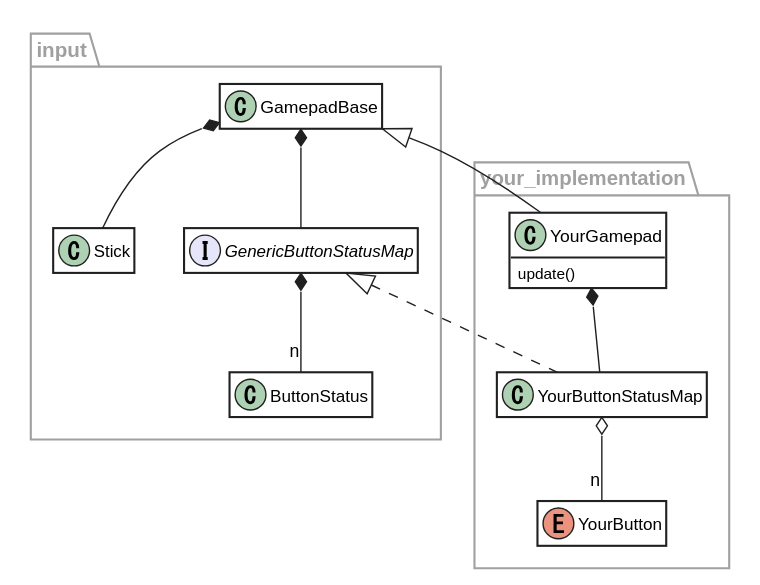
The PlantUML diagram docs/gamepad.svg in fal-works/broker, before a commit. Source of this version:
```plantuml
@startuml gamepad


skinparam shadowing false
skinparam backgroundColor White
skinparam package {
  BorderColor #A0A0A0
  FontColor #A0A0A0
}
skinparam class {
  BackgroundColor White
  ArrowColor #202020
  BorderColor #202020
  FontColor #000000
}
skinparam note {
  BackgroundColor White
  FontColor #606060
  BorderColor #C0C0C0
}
skinparam stereotypeIBackgroundColor Lavender
hide empty members


package input {
	class ButtonStatus
	class GamepadBase
	class Stick
  interface GenericButtonStatusMap

  GenericButtonStatusMap *-- "n" ButtonStatus
  GamepadBase *-- GenericButtonStatusMap
  GamepadBase *-- Stick
}

package your_implementation {
  class YourGamepad {
    update()
  }
  enum YourButton
  class YourButtonStatusMap

  GamepadBase <|-r- YourGamepad
  YourButtonStatusMap o-- "n" YourButton
  GenericButtonStatusMap <|.. YourButtonStatusMap
  YourGamepad *-- YourButtonStatusMap
}

@enduml
```
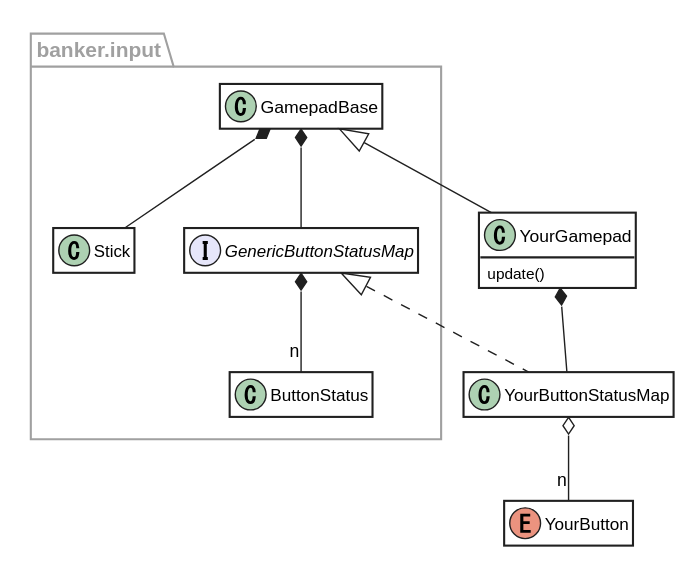
Later version of the same file.

Commit message:
add diagram / edit README (mainly collision)

The edit, as a diff of the source:
```diff
@@ -22,7 +22,7 @@
 hide empty members
 
 
-package input {
+package banker.input {
 	class ButtonStatus
 	class GamepadBase
 	class Stick
@@ -33,17 +33,15 @@
   GamepadBase *-- Stick
 }
 
-package your_implementation {
   class YourGamepad {
     update()
   }
   enum YourButton
   class YourButtonStatusMap
 
-  GamepadBase <|-r- YourGamepad
-  YourButtonStatusMap o-- "n" YourButton
+  GamepadBase <|-- YourGamepad
   GenericButtonStatusMap <|.. YourButtonStatusMap
   YourGamepad *-- YourButtonStatusMap
-}
+  YourButtonStatusMap o-- "n" YourButton
 
 @enduml
```
